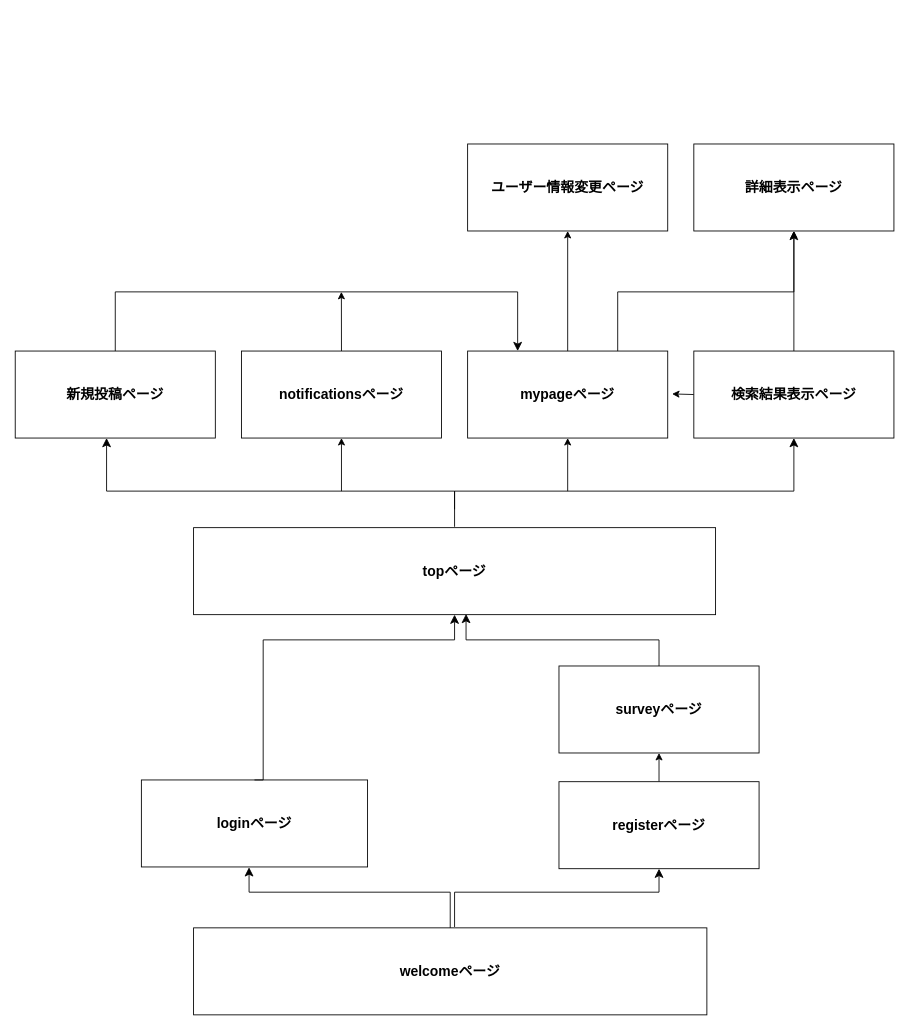
a-yaka/Trippy keeps this draw.io diagram as plan-sheat/ Screen-transition-diagram.dio. Above is the earlier version. Source tidied: cells renumbered, new cells numbered last; positions are measured from the earlier drawing's top-left corner, leaving out a move shared by most shapes. Both pictures are drawn from the tidied source at 87%, with x=0, y=0 at pixel (15, 144).
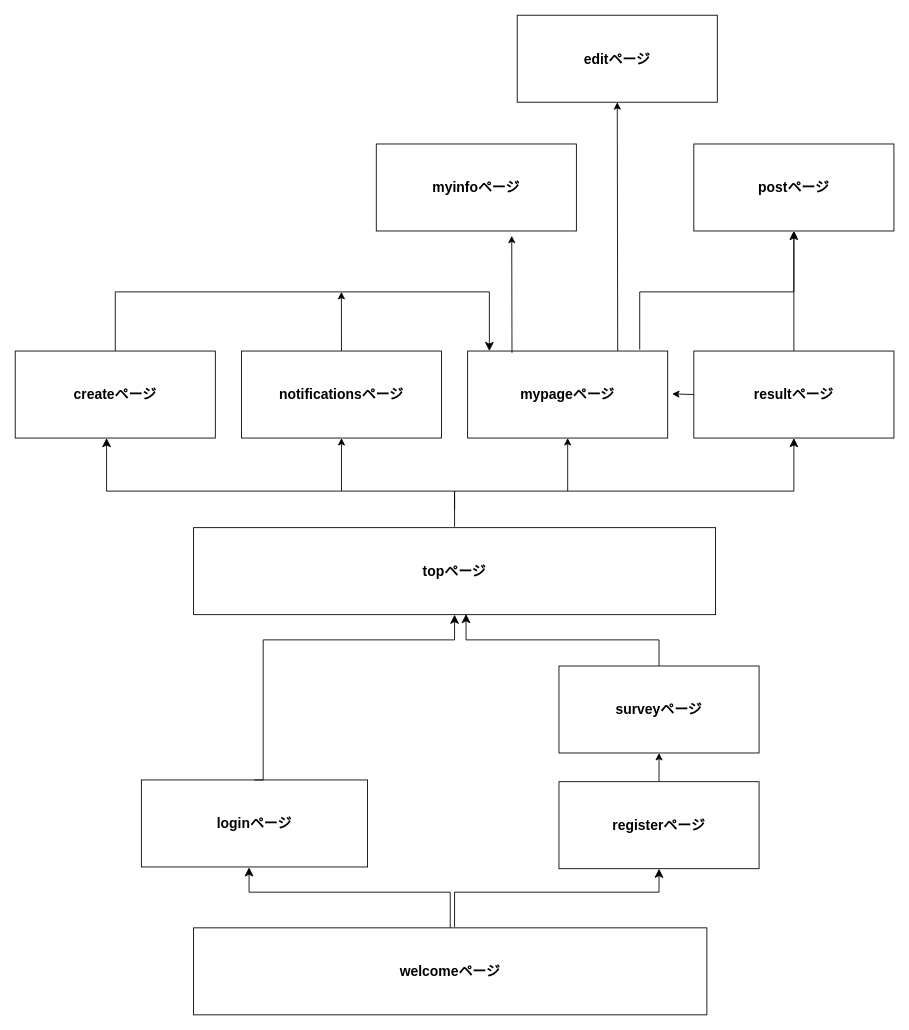
The same page after the edit.

Commit message:
画面遷移図2

Unchanged cells that the change refers to:
```xml
<mxCell id="16" value="&lt;font style=&quot;font-size: 16px;&quot;&gt;&lt;b&gt;mypageページ&lt;/b&gt;&lt;/font&gt;" style="rounded=0;whiteSpace=wrap;html=1;" parent="1" vertex="1">
  <mxGeometry x="520" y="238" width="230" height="100" as="geometry" />
</mxCell>
```

Diff of the diagram source:
```diff
@@
-    <mxCell id="12" value="&lt;font style=&quot;font-size: 16px;&quot;&gt;&lt;b&gt;新規投稿ページ&lt;/b&gt;&lt;/font&gt;" style="rounded=0;whiteSpace=wrap;html=1;" parent="1" vertex="1">
+    <mxCell id="12" value="&lt;font style=&quot;font-size: 16px;&quot;&gt;&lt;b&gt;createページ&lt;/b&gt;&lt;/font&gt;" style="rounded=0;whiteSpace=wrap;html=1;" parent="1" vertex="1">
       <mxGeometry y="238" width="230" height="100" as="geometry" />
     </mxCell>
@@
+    <mxCell id="28" style="edgeStyle=none;html=1;exitX=0.75;exitY=0;exitDx=0;exitDy=0;entryX=0.5;entryY=1;entryDx=0;entryDy=0;fontSize=16;" parent="1" edge="1" source="16" target="29">
+      <mxGeometry relative="1" as="geometry" />
+    </mxCell>
@@
-    <mxCell id="19" value="&lt;font style=&quot;font-size: 16px;&quot;&gt;&lt;b&gt;検索結果表示ページ&lt;/b&gt;&lt;/font&gt;" style="rounded=0;whiteSpace=wrap;html=1;" parent="1" vertex="1">
+    <mxCell id="19" value="&lt;font style=&quot;font-size: 16px;&quot;&gt;&lt;b&gt;resultページ&lt;/b&gt;&lt;/font&gt;" style="rounded=0;whiteSpace=wrap;html=1;" parent="1" vertex="1">
       <mxGeometry x="780" y="238" width="230" height="100" as="geometry" />
     </mxCell>
@@
-    <mxCell id="23" value="&lt;font style=&quot;font-size: 16px;&quot;&gt;&lt;b&gt;ユーザー情報変更ページ&lt;/b&gt;&lt;/font&gt;" style="rounded=0;whiteSpace=wrap;html=1;" parent="1" vertex="1">
-      <mxGeometry x="520" width="230" height="100" as="geometry" />
+    <mxCell id="23" value="&lt;font style=&quot;font-size: 16px;&quot;&gt;&lt;b&gt;myinfoページ&lt;/b&gt;&lt;/font&gt;" style="rounded=0;whiteSpace=wrap;html=1;" parent="1" vertex="1">
+      <mxGeometry x="415" width="230" height="100" as="geometry" />
     </mxCell>
-    <mxCell id="24" style="edgeStyle=none;jettySize=auto;html=1;fontSize=16;exitX=0.5;exitY=0;exitDx=0;exitDy=0;" parent="1" edge="1" source="16" target="23">
-      <mxGeometry relative="1" as="geometry" />
+    <mxCell id="24" style="edgeStyle=none;jettySize=auto;html=1;fontSize=16;entryX=0.677;entryY=1.055;entryDx=0;entryDy=0;entryPerimeter=0;" parent="1" edge="1" target="23">
+      <mxGeometry relative="1" as="geometry">
+        <mxPoint x="571" y="240" as="sourcePoint" />
+      </mxGeometry>
     </mxCell>
-    <mxCell id="25" style="edgeStyle=segmentEdgeStyle;endArrow=classic;html=1;curved=0;rounded=0;endSize=8;startSize=8;sourcePerimeterSpacing=0;targetPerimeterSpacing=0;fontSize=16;exitX=0.5;exitY=0;exitDx=0;exitDy=0;entryX=0.25;entryY=0;entryDx=0;entryDy=0;" parent="1" edge="1" source="12" target="16">
+    <mxCell id="25" style="edgeStyle=segmentEdgeStyle;endArrow=classic;html=1;curved=0;rounded=0;endSize=8;startSize=8;sourcePerimeterSpacing=0;targetPerimeterSpacing=0;fontSize=16;exitX=0.5;exitY=0;exitDx=0;exitDy=0;" parent="1" edge="1" source="12" target="16">
       <mxGeometry relative="1" as="geometry">
         <Array as="points">
           <mxPoint x="115" y="170" />
-          <mxPoint x="578" y="170" />
+          <mxPoint x="545" y="170" />
         </Array>
       </mxGeometry>
     </mxCell>
-    <mxCell id="26" value="&lt;font style=&quot;font-size: 16px;&quot;&gt;&lt;b&gt;詳細表示ページ&lt;/b&gt;&lt;/font&gt;" style="rounded=0;whiteSpace=wrap;html=1;" parent="1" vertex="1">
+    <mxCell id="26" value="&lt;font style=&quot;font-size: 16px;&quot;&gt;&lt;b&gt;postページ&lt;/b&gt;&lt;/font&gt;" style="rounded=0;whiteSpace=wrap;html=1;" parent="1" vertex="1">
       <mxGeometry x="780" width="230" height="100" as="geometry" />
     </mxCell>
-    <mxCell id="27" style="edgeStyle=segmentEdgeStyle;endArrow=classic;html=1;curved=0;rounded=0;endSize=8;startSize=8;sourcePerimeterSpacing=0;targetPerimeterSpacing=0;fontSize=16;entryX=0.5;entryY=1;entryDx=0;entryDy=0;exitX=0.75;exitY=0;exitDx=0;exitDy=0;" parent="1" edge="1" source="16" target="26">
+    <mxCell id="27" style="edgeStyle=segmentEdgeStyle;endArrow=classic;html=1;curved=0;rounded=0;endSize=8;startSize=8;sourcePerimeterSpacing=0;targetPerimeterSpacing=0;fontSize=16;entryX=0.5;entryY=1;entryDx=0;entryDy=0;exitX=0.86;exitY=-0.016;exitDx=0;exitDy=0;exitPerimeter=0;" parent="1" edge="1" source="16" target="26">
       <mxGeometry relative="1" as="geometry">
         <Array as="points">
-          <mxPoint x="692" y="170" />
+          <mxPoint x="718" y="170" />
           <mxPoint x="895" y="170" />
         </Array>
       </mxGeometry>
     </mxCell>
+    <mxCell id="29" value="&lt;font style=&quot;font-size: 16px;&quot;&gt;&lt;b&gt;editページ&lt;/b&gt;&lt;/font&gt;" style="rounded=0;whiteSpace=wrap;html=1;" parent="1" vertex="1">
+      <mxGeometry x="577" y="-148" width="230" height="100" as="geometry" />
+    </mxCell>
```
